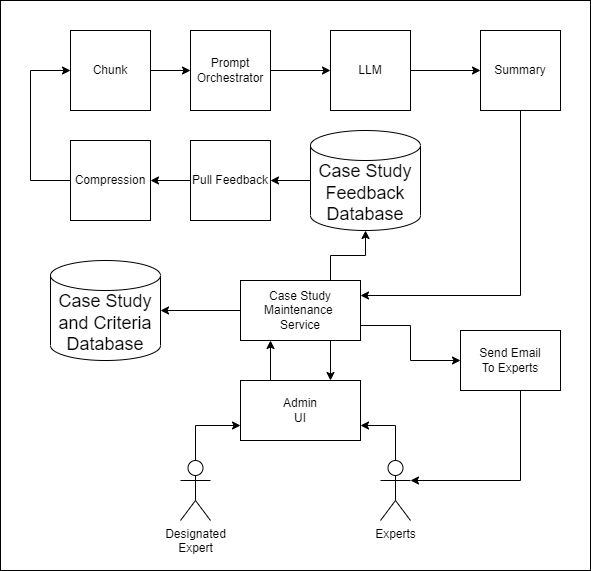
Before: diagrams/admin-case-study-feedback-ai.drawio.png, a diagram exported from draw.io (mmat1/skynet-ai-2025). Source tidied: cells renumbered, new cells last; positions are measured from the earlier drawing's top-left corner, leaving out a move shared by most shapes.
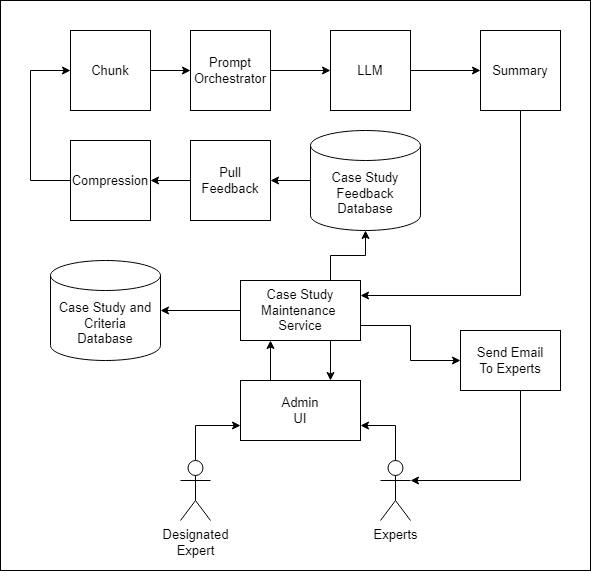
After the change.

Diff of the diagram source:
```diff
@@ -2,68 +2,68 @@
   <root>
     <mxCell id="0" />
     <mxCell id="1" parent="0" />
-    <mxCell id="2" style="rounded=0;whiteSpace=wrap;html=1;" parent="1" vertex="1">
+    <mxCell id="2" style="rounded=0;whiteSpace=wrap;html=1;fontSize=13;" parent="1" vertex="1">
       <mxGeometry width="590" height="570" as="geometry" />
     </mxCell>
-    <mxCell id="3" value="&lt;div style=&quot;font-size: 18px;&quot;&gt;Case Study and Criteria&lt;/div&gt;&lt;div style=&quot;font-size: 18px;&quot;&gt;Database&lt;/div&gt;" style="shape=cylinder3;whiteSpace=wrap;html=1;boundedLbl=1;backgroundOutline=1;size=15;" parent="1" vertex="1">
+    <mxCell id="3" value="&lt;div style=&quot;font-size: 13px;&quot;&gt;Case Study and Criteria&lt;/div&gt;&lt;div style=&quot;font-size: 13px;&quot;&gt;Database&lt;/div&gt;" style="shape=cylinder3;whiteSpace=wrap;html=1;boundedLbl=1;backgroundOutline=1;size=15;fontSize=13;" parent="1" vertex="1">
       <mxGeometry x="50" y="260" width="110" height="100" as="geometry" />
     </mxCell>
-    <mxCell id="4" style="edgeStyle=orthogonalEdgeStyle;rounded=0;jettySize=auto;html=1;exitX=0.5;exitY=0;exitDx=0;exitDy=0;exitPerimeter=0;entryX=0;entryY=0.75;entryDx=0;entryDy=0;" parent="1" edge="1" source="5" target="16">
+    <mxCell id="4" style="edgeStyle=orthogonalEdgeStyle;rounded=0;jettySize=auto;html=1;exitX=0.5;exitY=0;exitDx=0;exitDy=0;exitPerimeter=0;entryX=0;entryY=0.75;entryDx=0;entryDy=0;fontSize=13;" parent="1" edge="1" source="5" target="16">
       <mxGeometry relative="1" as="geometry" />
     </mxCell>
-    <mxCell id="5" value="Designated&lt;br&gt;Expert" style="shape=umlActor;verticalLabelPosition=bottom;verticalAlign=top;html=1;outlineConnect=0;" parent="1" vertex="1">
+    <mxCell id="5" value="Designated&lt;br style=&quot;font-size: 13px;&quot;&gt;Expert" style="shape=umlActor;verticalLabelPosition=bottom;verticalAlign=top;html=1;outlineConnect=0;fontSize=13;" parent="1" vertex="1">
       <mxGeometry x="180" y="460" width="30" height="60" as="geometry" />
     </mxCell>
-    <mxCell id="6" style="edgeStyle=orthogonalEdgeStyle;rounded=0;jettySize=auto;html=1;" parent="1" edge="1" source="10" target="3">
+    <mxCell id="6" style="edgeStyle=orthogonalEdgeStyle;rounded=0;jettySize=auto;html=1;fontSize=13;" parent="1" edge="1" source="10" target="3">
       <mxGeometry relative="1" as="geometry" />
     </mxCell>
-    <mxCell id="7" style="edgeStyle=orthogonalEdgeStyle;rounded=0;jettySize=auto;html=1;exitX=0.75;exitY=1;exitDx=0;exitDy=0;entryX=0.75;entryY=0;entryDx=0;entryDy=0;" parent="1" edge="1" source="10" target="16">
+    <mxCell id="7" style="edgeStyle=orthogonalEdgeStyle;rounded=0;jettySize=auto;html=1;exitX=0.75;exitY=1;exitDx=0;exitDy=0;entryX=0.75;entryY=0;entryDx=0;entryDy=0;fontSize=13;" parent="1" edge="1" source="10" target="16">
       <mxGeometry relative="1" as="geometry" />
     </mxCell>
-    <mxCell id="8" style="edgeStyle=orthogonalEdgeStyle;rounded=0;jettySize=auto;html=1;exitX=1;exitY=0.75;exitDx=0;exitDy=0;entryX=0;entryY=0.5;entryDx=0;entryDy=0;" parent="1" edge="1" source="10" target="12">
+    <mxCell id="8" style="edgeStyle=orthogonalEdgeStyle;rounded=0;jettySize=auto;html=1;exitX=1;exitY=0.75;exitDx=0;exitDy=0;entryX=0;entryY=0.5;entryDx=0;entryDy=0;fontSize=13;" parent="1" edge="1" source="10" target="12">
       <mxGeometry relative="1" as="geometry" />
     </mxCell>
-    <mxCell id="9" style="edgeStyle=orthogonalEdgeStyle;rounded=0;jettySize=auto;html=1;exitX=0.75;exitY=0;exitDx=0;exitDy=0;entryX=0.5;entryY=1;entryDx=0;entryDy=0;entryPerimeter=0;" parent="1" edge="1" source="10" target="19">
+    <mxCell id="9" style="edgeStyle=orthogonalEdgeStyle;rounded=0;jettySize=auto;html=1;exitX=0.75;exitY=0;exitDx=0;exitDy=0;entryX=0.5;entryY=1;entryDx=0;entryDy=0;entryPerimeter=0;fontSize=13;" parent="1" edge="1" source="10" target="19">
       <mxGeometry relative="1" as="geometry" />
     </mxCell>
-    <mxCell id="10" value="Case Study&lt;br&gt;Maintenance&amp;nbsp;&lt;br&gt;Service" style="rounded=0;whiteSpace=wrap;html=1;" parent="1" vertex="1">
+    <mxCell id="10" value="Case Study&lt;br style=&quot;font-size: 13px;&quot;&gt;Maintenance&amp;nbsp;&lt;br style=&quot;font-size: 13px;&quot;&gt;Service" style="rounded=0;whiteSpace=wrap;html=1;fontSize=13;" parent="1" vertex="1">
       <mxGeometry x="240" y="280" width="120" height="60" as="geometry" />
     </mxCell>
-    <mxCell id="11" style="edgeStyle=orthogonalEdgeStyle;rounded=0;jettySize=auto;html=1;entryX=1;entryY=0.3333333333333333;entryDx=0;entryDy=0;entryPerimeter=0;" parent="1" edge="1" source="12" target="14">
+    <mxCell id="11" style="edgeStyle=orthogonalEdgeStyle;rounded=0;jettySize=auto;html=1;entryX=1;entryY=0.3333333333333333;entryDx=0;entryDy=0;entryPerimeter=0;fontSize=13;" parent="1" edge="1" source="12" target="14">
       <mxGeometry relative="1" as="geometry">
         <Array as="points">
           <mxPoint x="520" y="480" />
         </Array>
       </mxGeometry>
     </mxCell>
-    <mxCell id="12" value="Send Email&lt;br&gt;To Experts" style="rounded=0;whiteSpace=wrap;html=1;" parent="1" vertex="1">
+    <mxCell id="12" value="Send Email&lt;br style=&quot;font-size: 13px;&quot;&gt;To Experts" style="rounded=0;whiteSpace=wrap;html=1;fontSize=13;" parent="1" vertex="1">
       <mxGeometry x="460" y="330" width="100" height="60" as="geometry" />
     </mxCell>
-    <mxCell id="13" style="group;" parent="1" vertex="1">
+    <mxCell id="13" style="group;fontSize=13;" parent="1" vertex="1">
       <mxGeometry x="380" y="470" width="50" height="80" as="geometry" />
     </mxCell>
-    <mxCell id="14" value="Experts" style="shape=umlActor;verticalLabelPosition=bottom;verticalAlign=top;html=1;outlineConnect=0;" parent="13" vertex="1">
+    <mxCell id="14" value="Experts" style="shape=umlActor;verticalLabelPosition=bottom;verticalAlign=top;html=1;outlineConnect=0;fontSize=13;" parent="13" vertex="1">
       <mxGeometry y="-10" width="30" height="60" as="geometry" />
     </mxCell>
-    <mxCell id="15" style="edgeStyle=orthogonalEdgeStyle;rounded=0;jettySize=auto;html=1;exitX=0.25;exitY=0;exitDx=0;exitDy=0;entryX=0.25;entryY=1;entryDx=0;entryDy=0;" parent="1" edge="1" source="16" target="10">
+    <mxCell id="15" style="edgeStyle=orthogonalEdgeStyle;rounded=0;jettySize=auto;html=1;exitX=0.25;exitY=0;exitDx=0;exitDy=0;entryX=0.25;entryY=1;entryDx=0;entryDy=0;fontSize=13;" parent="1" edge="1" source="16" target="10">
       <mxGeometry relative="1" as="geometry" />
     </mxCell>
-    <mxCell id="16" value="Admin&lt;br&gt;UI" style="rounded=0;whiteSpace=wrap;html=1;" parent="1" vertex="1">
+    <mxCell id="16" value="Admin&lt;br style=&quot;font-size: 13px;&quot;&gt;UI" style="rounded=0;whiteSpace=wrap;html=1;fontSize=13;" parent="1" vertex="1">
       <mxGeometry x="240" y="380" width="120" height="60" as="geometry" />
     </mxCell>
-    <mxCell id="17" style="edgeStyle=orthogonalEdgeStyle;rounded=0;jettySize=auto;html=1;endArrow=none;endFill=0;startArrow=classic;startFill=1;exitX=1;exitY=0.75;exitDx=0;exitDy=0;" parent="1" edge="1" source="16" target="14">
+    <mxCell id="17" style="edgeStyle=orthogonalEdgeStyle;rounded=0;jettySize=auto;html=1;endArrow=none;endFill=0;startArrow=classic;startFill=1;exitX=1;exitY=0.75;exitDx=0;exitDy=0;fontSize=13;" parent="1" edge="1" source="16" target="14">
       <mxGeometry relative="1" as="geometry" />
     </mxCell>
-    <mxCell id="18" style="edgeStyle=orthogonalEdgeStyle;rounded=0;jettySize=auto;html=1;" parent="1" edge="1" source="19" target="20">
+    <mxCell id="18" style="edgeStyle=orthogonalEdgeStyle;rounded=0;jettySize=auto;html=1;fontSize=13;" parent="1" edge="1" source="19" target="20">
       <mxGeometry relative="1" as="geometry" />
     </mxCell>
-    <mxCell id="19" value="&lt;div style=&quot;font-size: 18px;&quot;&gt;Case Study Feedback Database&lt;/div&gt;" style="shape=cylinder3;whiteSpace=wrap;html=1;boundedLbl=1;backgroundOutline=1;size=15;" parent="1" vertex="1">
+    <mxCell id="19" value="&lt;div style=&quot;font-size: 13px;&quot;&gt;Case Study Feedback Database&lt;/div&gt;" style="shape=cylinder3;whiteSpace=wrap;html=1;boundedLbl=1;backgroundOutline=1;size=15;fontSize=13;" parent="1" vertex="1">
       <mxGeometry x="310" y="130" width="110" height="100" as="geometry" />
     </mxCell>
-    <mxCell id="20" value="Pull Feedback" style="whiteSpace=wrap;html=1;" parent="1" vertex="1">
+    <mxCell id="20" value="Pull Feedback" style="whiteSpace=wrap;html=1;fontSize=13;" parent="1" vertex="1">
       <mxGeometry x="190" y="140" width="80" height="80" as="geometry" />
     </mxCell>
-    <mxCell id="21" style="edgeStyle=orthogonalEdgeStyle;rounded=0;jettySize=auto;html=1;exitX=0;exitY=0.5;exitDx=0;exitDy=0;entryX=0;entryY=0.5;entryDx=0;entryDy=0;" parent="1" edge="1" source="22" target="25">
+    <mxCell id="21" style="edgeStyle=orthogonalEdgeStyle;rounded=0;jettySize=auto;html=1;exitX=0;exitY=0.5;exitDx=0;exitDy=0;entryX=0;entryY=0.5;entryDx=0;entryDy=0;fontSize=13;" parent="1" edge="1" source="22" target="25">
       <mxGeometry relative="1" as="geometry">
         <Array as="points">
           <mxPoint x="30" y="180" />
@@ -71,34 +71,34 @@
         </Array>
       </mxGeometry>
     </mxCell>
-    <mxCell id="22" value="Compression" style="whiteSpace=wrap;html=1;" parent="1" vertex="1">
+    <mxCell id="22" value="Compression" style="whiteSpace=wrap;html=1;fontSize=13;" parent="1" vertex="1">
       <mxGeometry x="70" y="140" width="80" height="80" as="geometry" />
     </mxCell>
-    <mxCell id="23" style="edgeStyle=orthogonalEdgeStyle;rounded=0;jettySize=auto;html=1;" parent="1" edge="1" source="20" target="22">
+    <mxCell id="23" style="edgeStyle=orthogonalEdgeStyle;rounded=0;jettySize=auto;html=1;fontSize=13;" parent="1" edge="1" source="20" target="22">
       <mxGeometry relative="1" as="geometry" />
     </mxCell>
-    <mxCell id="24" style="edgeStyle=orthogonalEdgeStyle;rounded=0;jettySize=auto;html=1;entryX=0;entryY=0.5;entryDx=0;entryDy=0;" parent="1" edge="1" source="25" target="26">
+    <mxCell id="24" style="edgeStyle=orthogonalEdgeStyle;rounded=0;jettySize=auto;html=1;entryX=0;entryY=0.5;entryDx=0;entryDy=0;fontSize=13;" parent="1" edge="1" source="25" target="26">
       <mxGeometry relative="1" as="geometry" />
     </mxCell>
-    <mxCell id="25" value="Chunk" style="whiteSpace=wrap;html=1;" parent="1" vertex="1">
+    <mxCell id="25" value="Chunk" style="whiteSpace=wrap;html=1;fontSize=13;" parent="1" vertex="1">
       <mxGeometry x="70" y="30" width="80" height="80" as="geometry" />
     </mxCell>
-    <mxCell id="26" value="Prompt Orchestrator" style="whiteSpace=wrap;html=1;" parent="1" vertex="1">
+    <mxCell id="26" value="Prompt Orchestrator" style="whiteSpace=wrap;html=1;fontSize=13;" parent="1" vertex="1">
       <mxGeometry x="190" y="30" width="80" height="80" as="geometry" />
     </mxCell>
-    <mxCell id="27" style="edgeStyle=orthogonalEdgeStyle;rounded=0;jettySize=auto;html=1;" parent="1" edge="1" source="28" target="31">
+    <mxCell id="27" style="edgeStyle=orthogonalEdgeStyle;rounded=0;jettySize=auto;html=1;fontSize=13;" parent="1" edge="1" source="28" target="31">
       <mxGeometry relative="1" as="geometry" />
     </mxCell>
-    <mxCell id="28" value="LLM" style="whiteSpace=wrap;html=1;" parent="1" vertex="1">
+    <mxCell id="28" value="LLM" style="whiteSpace=wrap;html=1;fontSize=13;" parent="1" vertex="1">
       <mxGeometry x="330" y="30" width="80" height="80" as="geometry" />
     </mxCell>
-    <mxCell id="29" style="edgeStyle=orthogonalEdgeStyle;rounded=0;jettySize=auto;html=1;" parent="1" edge="1" source="26" target="28">
+    <mxCell id="29" style="edgeStyle=orthogonalEdgeStyle;rounded=0;jettySize=auto;html=1;fontSize=13;" parent="1" edge="1" source="26" target="28">
       <mxGeometry relative="1" as="geometry" />
     </mxCell>
-    <mxCell id="30" style="edgeStyle=orthogonalEdgeStyle;rounded=0;jettySize=auto;html=1;exitX=0.5;exitY=1;exitDx=0;exitDy=0;entryX=1;entryY=0.25;entryDx=0;entryDy=0;" parent="1" edge="1" source="31" target="10">
+    <mxCell id="30" style="edgeStyle=orthogonalEdgeStyle;rounded=0;jettySize=auto;html=1;exitX=0.5;exitY=1;exitDx=0;exitDy=0;entryX=1;entryY=0.25;entryDx=0;entryDy=0;fontSize=13;" parent="1" edge="1" source="31" target="10">
       <mxGeometry relative="1" as="geometry" />
     </mxCell>
-    <mxCell id="31" value="Summary" style="whiteSpace=wrap;html=1;" parent="1" vertex="1">
+    <mxCell id="31" value="Summary" style="whiteSpace=wrap;html=1;fontSize=13;" parent="1" vertex="1">
       <mxGeometry x="480" y="30" width="80" height="80" as="geometry" />
     </mxCell>
   </root>
```
